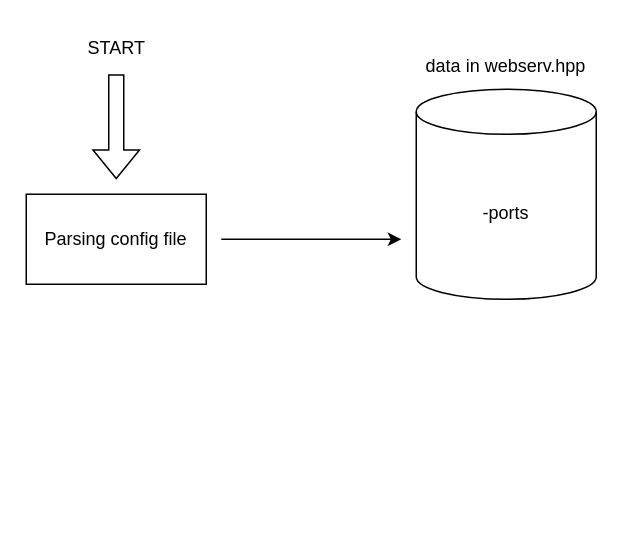
Earlier version of the draw.io diagram Diagramme sans nom.drawio (es4nchez/webserv). Source tidied: cells renumbered, new cells numbered last; positions are measured from the earlier drawing's top-left corner, leaving out a move shared by most shapes. Both pictures are drawn from the tidied source at 150%, with x=0, y=0 at pixel (26, 26).
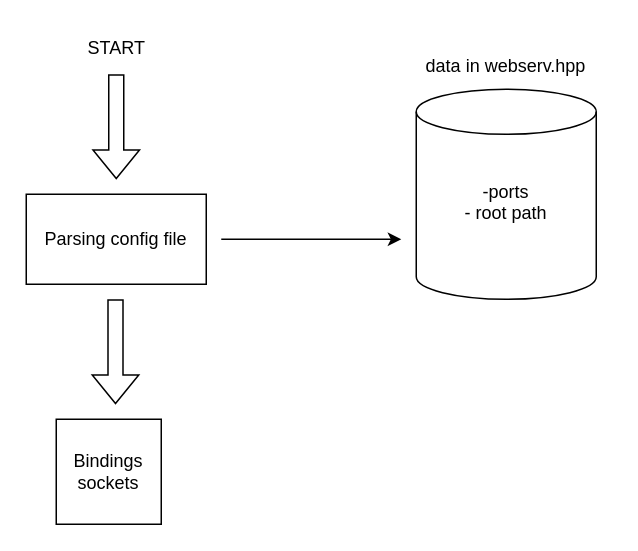
The same page after the edit.

Commit message:
Mettre à jour Diagramme sans nom.drawio

The edit, as a diff of the source:
```diff
@@
 <mxGraphModel>
   <root>
     <mxCell id="0" />
     <mxCell id="1" parent="0" />
     <mxCell id="2" value="&lt;div&gt;START&lt;/div&gt;" style="text;html=1;align=center;verticalAlign=middle;strokeColor=none;fillColor=none;" parent="1" vertex="1">
       <mxGeometry x="30" width="60" height="30" as="geometry" />
     </mxCell>
     <mxCell id="3" style="shape=flexArrow;endArrow=classic;html=1;rounded=0;" parent="1" edge="1">
       <mxGeometry relative="1" as="geometry">
         <mxPoint x="60" y="32" as="sourcePoint" />
         <mxPoint x="60" y="102" as="targetPoint" />
       </mxGeometry>
     </mxCell>
     <mxCell id="4" value="Parsing config file" style="rounded=0;whiteSpace=wrap;html=1;" parent="1" vertex="1">
       <mxGeometry y="112" width="120" height="60" as="geometry" />
     </mxCell>
     <mxCell id="5" style="endArrow=classic;html=1;rounded=0;" parent="1" edge="1">
       <mxGeometry relative="1" as="geometry">
         <mxPoint x="130" y="142" as="sourcePoint" />
         <mxPoint x="250" y="142" as="targetPoint" />
       </mxGeometry>
     </mxCell>
-    <mxCell id="6" value="-ports" style="shape=cylinder3;whiteSpace=wrap;html=1;boundedLbl=1;backgroundOutline=1;size=15;" parent="1" vertex="1">
+    <mxCell id="6" value="&lt;div&gt;-ports&lt;/div&gt;&lt;div&gt;- root path&lt;/div&gt;&lt;div&gt;&lt;br&gt;&lt;/div&gt;" style="shape=cylinder3;whiteSpace=wrap;html=1;boundedLbl=1;backgroundOutline=1;size=15;" parent="1" vertex="1">
       <mxGeometry x="260" y="42" width="120" height="140" as="geometry" />
     </mxCell>
     <mxCell id="7" value="data in webserv.hpp" style="text;html=1;strokeColor=none;fillColor=none;align=center;verticalAlign=middle;whiteSpace=wrap;rounded=0;" parent="1" vertex="1">
       <mxGeometry x="250" y="12" width="140" height="30" as="geometry" />
     </mxCell>
+    <mxCell id="8" style="shape=flexArrow;endArrow=classic;html=1;rounded=0;" parent="1" edge="1">
+      <mxGeometry relative="1" as="geometry">
+        <mxPoint x="59.5" y="182" as="sourcePoint" />
+        <mxPoint x="59.5" y="252" as="targetPoint" />
+      </mxGeometry>
+    </mxCell>
+    <mxCell id="9" value="&lt;div&gt;Bindings sockets&lt;/div&gt;" style="whiteSpace=wrap;html=1;" parent="1" vertex="1">
+      <mxGeometry x="20" y="262" width="70" height="70" as="geometry" />
+    </mxCell>
   </root>
 </mxGraphModel>
```
